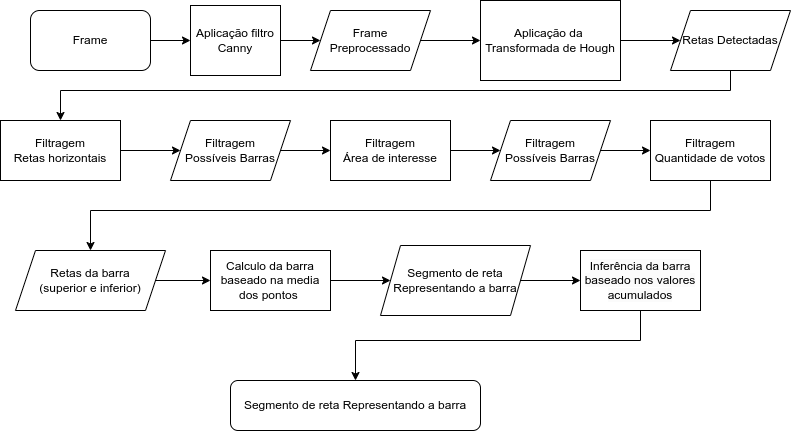
le314u/TCC keeps this draw.io diagram as Textual/template-latex/figuras/diagrama/detectar barra.png. Above is the earlier version. Source tidied: cells renumbered, new cells last; positions are measured from the earlier drawing's top-left corner, leaving out a move shared by most shapes.
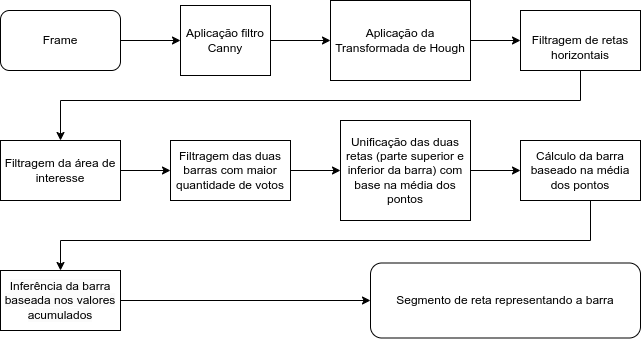
The same diagram one commit later.

What changed in the source:
```diff
@@ -8,101 +8,66 @@
     <mxCell id="3" value="Frame" style="rounded=1;whiteSpace=wrap;html=1;" parent="1" vertex="1">
       <mxGeometry x="30" y="10" width="120" height="60" as="geometry" />
     </mxCell>
-    <mxCell id="4" value="Segmento de reta Representando a barra" style="rounded=1;whiteSpace=wrap;html=1;" parent="1" vertex="1">
-      <mxGeometry x="230" y="380" width="250" height="50" as="geometry" />
+    <mxCell id="4" value="Segmento de reta representando a barra" style="rounded=1;whiteSpace=wrap;html=1;" parent="1" vertex="1">
+      <mxGeometry x="400" y="262.5" width="270" height="75" as="geometry" />
     </mxCell>
-    <mxCell id="5" style="edgeStyle=orthogonalEdgeStyle;rounded=0;jettySize=auto;html=1;entryX=0;entryY=0.5;entryDx=0;entryDy=0;" parent="1" edge="1" source="6" target="10">
-      <mxGeometry relative="1" as="geometry" />
-    </mxCell>
-    <mxCell id="6" value="Frame Preprocessado" style="shape=parallelogram;perimeter=parallelogramPerimeter;whiteSpace=wrap;html=1;fixedSize=1;" parent="1" vertex="1">
-      <mxGeometry x="310" y="10" width="120" height="60" as="geometry" />
-    </mxCell>
-    <mxCell id="7" style="edgeStyle=orthogonalEdgeStyle;rounded=0;jettySize=auto;html=1;entryX=0;entryY=0.5;entryDx=0;entryDy=0;" parent="1" edge="1" source="8" target="6">
-      <mxGeometry relative="1" as="geometry" />
-    </mxCell>
+    <mxCell id="31" style="edgeStyle=orthogonalEdgeStyle;rounded=0;jettySize=auto;html=1;exitX=1;exitY=0.5;exitDx=0;exitDy=0;entryX=0;entryY=0.5;entryDx=0;entryDy=0;" parent="1" edge="1" source="8" target="10">
+      <mxGeometry relative="1" as="geometry" />
+    </mxCell>
     <mxCell id="8" value="Aplicação filtro Canny" style="rounded=0;whiteSpace=wrap;html=1;" parent="1" vertex="1">
-      <mxGeometry x="190" y="5" width="90" height="70" as="geometry" />
+      <mxGeometry x="210" y="5" width="90" height="70" as="geometry" />
     </mxCell>
-    <mxCell id="9" style="edgeStyle=orthogonalEdgeStyle;rounded=0;jettySize=auto;html=1;" parent="1" edge="1" source="10" target="12">
-      <mxGeometry relative="1" as="geometry" />
-    </mxCell>
-    <mxCell id="10" value="Aplicação da&amp;nbsp;&lt;br style=&quot;border-color: var(--border-color);&quot;&gt;Transformada de Hough" style="rounded=0;whiteSpace=wrap;html=1;" parent="1" vertex="1">
-      <mxGeometry x="480" width="140" height="80" as="geometry" />
+    <mxCell id="10" value="Aplicação da Transformada de Hough" style="rounded=0;whiteSpace=wrap;html=1;" parent="1" vertex="1">
+      <mxGeometry x="360" width="140" height="80" as="geometry" />
     </mxCell>
-    <mxCell id="11" style="edgeStyle=orthogonalEdgeStyle;rounded=0;jettySize=auto;html=1;entryX=0.5;entryY=0;entryDx=0;entryDy=0;" parent="1" edge="1" source="12" target="14">
-      <mxGeometry relative="1" as="geometry">
-        <Array as="points">
-          <mxPoint x="730" y="90" />
-          <mxPoint x="60" y="90" />
-        </Array>
-      </mxGeometry>
-    </mxCell>
-    <mxCell id="12" value="Retas Detectadas" style="shape=parallelogram;perimeter=parallelogramPerimeter;whiteSpace=wrap;html=1;fixedSize=1;" parent="1" vertex="1">
-      <mxGeometry x="670" y="10" width="120" height="60" as="geometry" />
-    </mxCell>
-    <mxCell id="13" style="edgeStyle=orthogonalEdgeStyle;rounded=0;jettySize=auto;html=1;entryX=0;entryY=0.5;entryDx=0;entryDy=0;" parent="1" edge="1" source="14" target="16">
-      <mxGeometry relative="1" as="geometry" />
-    </mxCell>
-    <mxCell id="14" value="Filtragem&lt;br style=&quot;border-color: var(--border-color);&quot;&gt;Retas horizontais" style="rounded=0;whiteSpace=wrap;html=1;" parent="1" vertex="1">
-      <mxGeometry y="120" width="120" height="60" as="geometry" />
-    </mxCell>
-    <mxCell id="15" style="edgeStyle=orthogonalEdgeStyle;rounded=0;jettySize=auto;html=1;entryX=0;entryY=0.5;entryDx=0;entryDy=0;" parent="1" edge="1" source="16" target="18">
-      <mxGeometry relative="1" as="geometry" />
-    </mxCell>
-    <mxCell id="16" value="Filtragem &lt;br&gt;Possíveis Barras" style="shape=parallelogram;perimeter=parallelogramPerimeter;whiteSpace=wrap;html=1;fixedSize=1;" parent="1" vertex="1">
-      <mxGeometry x="170" y="120" width="120" height="60" as="geometry" />
-    </mxCell>
-    <mxCell id="17" style="edgeStyle=orthogonalEdgeStyle;rounded=0;jettySize=auto;html=1;exitX=1;exitY=0.5;exitDx=0;exitDy=0;entryX=0;entryY=0.5;entryDx=0;entryDy=0;" parent="1" edge="1" source="18" target="20">
-      <mxGeometry relative="1" as="geometry" />
-    </mxCell>
+    <mxCell id="32" style="edgeStyle=orthogonalEdgeStyle;rounded=0;jettySize=auto;html=1;entryX=0;entryY=0.5;entryDx=0;entryDy=0;" parent="1" edge="1" source="18" target="22">
+      <mxGeometry relative="1" as="geometry" />
+    </mxCell>
-    <mxCell id="18" value="Filtragem&lt;br style=&quot;border-color: var(--border-color);&quot;&gt;Área de interesse" style="rounded=0;whiteSpace=wrap;html=1;" parent="1" vertex="1">
-      <mxGeometry x="330" y="120" width="120" height="60" as="geometry" />
+    <mxCell id="18" value="Filtragem da área de interesse" style="rounded=0;whiteSpace=wrap;html=1;" parent="1" vertex="1">
+      <mxGeometry x="30" y="140" width="120" height="60" as="geometry" />
     </mxCell>
-    <mxCell id="19" style="edgeStyle=orthogonalEdgeStyle;rounded=0;jettySize=auto;html=1;entryX=0;entryY=0.5;entryDx=0;entryDy=0;" parent="1" edge="1" source="20" target="22">
-      <mxGeometry relative="1" as="geometry" />
-    </mxCell>
-    <mxCell id="20" value="Filtragem&lt;br style=&quot;border-color: var(--border-color);&quot;&gt;Possíveis Barras" style="shape=parallelogram;perimeter=parallelogramPerimeter;whiteSpace=wrap;html=1;fixedSize=1;" parent="1" vertex="1">
-      <mxGeometry x="490" y="120" width="120" height="60" as="geometry" />
-    </mxCell>
-    <mxCell id="21" style="edgeStyle=orthogonalEdgeStyle;rounded=0;jettySize=auto;html=1;entryX=0.5;entryY=0;entryDx=0;entryDy=0;" parent="1" edge="1" source="22" target="24">
-      <mxGeometry relative="1" as="geometry">
-        <Array as="points">
-          <mxPoint x="710" y="210" />
-          <mxPoint x="90" y="210" />
-        </Array>
-      </mxGeometry>
-    </mxCell>
+    <mxCell id="33" style="edgeStyle=orthogonalEdgeStyle;rounded=0;jettySize=auto;html=1;entryX=0;entryY=0.5;entryDx=0;entryDy=0;" parent="1" edge="1" source="22" target="36">
+      <mxGeometry relative="1" as="geometry" />
+    </mxCell>
-    <mxCell id="22" value="Filtragem&lt;br style=&quot;border-color: var(--border-color);&quot;&gt;Quantidade de votos" style="rounded=0;whiteSpace=wrap;html=1;" parent="1" vertex="1">
-      <mxGeometry x="650" y="120" width="120" height="60" as="geometry" />
+    <mxCell id="22" value="Filtragem das duas barras com maior quantidade de votos" style="rounded=0;whiteSpace=wrap;html=1;" parent="1" vertex="1">
+      <mxGeometry x="200" y="140" width="120" height="60" as="geometry" />
     </mxCell>
-    <mxCell id="23" style="edgeStyle=orthogonalEdgeStyle;rounded=0;jettySize=auto;html=1;entryX=0;entryY=0.5;entryDx=0;entryDy=0;" parent="1" edge="1" source="24" target="26">
-      <mxGeometry relative="1" as="geometry" />
-    </mxCell>
-    <mxCell id="24" value="Retas da barra&lt;br style=&quot;border-color: var(--border-color);&quot;&gt;(superior e inferior)" style="shape=parallelogram;perimeter=parallelogramPerimeter;whiteSpace=wrap;html=1;fixedSize=1;" parent="1" vertex="1">
-      <mxGeometry x="15" y="250" width="150" height="60" as="geometry" />
-    </mxCell>
-    <mxCell id="25" style="edgeStyle=orthogonalEdgeStyle;rounded=0;jettySize=auto;html=1;entryX=0;entryY=0.5;entryDx=0;entryDy=0;" parent="1" edge="1" source="26" target="28">
-      <mxGeometry relative="1" as="geometry" />
-    </mxCell>
+    <mxCell id="34" style="edgeStyle=orthogonalEdgeStyle;rounded=0;jettySize=auto;html=1;" parent="1" edge="1" source="26" target="30">
+      <mxGeometry relative="1" as="geometry">
+        <Array as="points">
+          <mxPoint x="620" y="240" />
+          <mxPoint x="90" y="240" />
+        </Array>
+      </mxGeometry>
+    </mxCell>
-    <mxCell id="26" value="Calculo da barra baseado na media dos pontos&amp;nbsp;" style="rounded=0;whiteSpace=wrap;html=1;" parent="1" vertex="1">
-      <mxGeometry x="210" y="250" width="120" height="60" as="geometry" />
+    <mxCell id="26" value="Cálculo da barra baseado na média dos pontos" style="rounded=0;whiteSpace=wrap;html=1;" parent="1" vertex="1">
+      <mxGeometry x="550" y="140" width="120" height="60" as="geometry" />
     </mxCell>
-    <mxCell id="27" style="edgeStyle=orthogonalEdgeStyle;rounded=0;jettySize=auto;html=1;entryX=0;entryY=0.5;entryDx=0;entryDy=0;" parent="1" edge="1" source="28" target="30">
-      <mxGeometry relative="1" as="geometry" />
-    </mxCell>
-    <mxCell id="28" value="Segmento de reta Representando a barra" style="shape=parallelogram;perimeter=parallelogramPerimeter;whiteSpace=wrap;html=1;fixedSize=1;" parent="1" vertex="1">
-      <mxGeometry x="380" y="245" width="150" height="70" as="geometry" />
-    </mxCell>
-    <mxCell id="29" style="edgeStyle=orthogonalEdgeStyle;rounded=0;jettySize=auto;html=1;" parent="1" edge="1" source="30" target="4">
-      <mxGeometry relative="1" as="geometry">
-        <Array as="points">
-          <mxPoint x="640" y="340" />
-          <mxPoint x="355" y="340" />
-        </Array>
-      </mxGeometry>
+    <mxCell id="29" style="edgeStyle=orthogonalEdgeStyle;rounded=0;jettySize=auto;html=1;entryX=0;entryY=0.5;entryDx=0;entryDy=0;" parent="1" edge="1" source="30" target="4">
+      <mxGeometry relative="1" as="geometry" />
     </mxCell>
-    <mxCell id="30" value="&lt;span style=&quot;color: rgb(0, 0, 0); font-family: Helvetica; font-size: 12px; font-style: normal; font-variant-ligatures: normal; font-variant-caps: normal; font-weight: 400; letter-spacing: normal; orphans: 2; text-align: center; text-indent: 0px; text-transform: none; widows: 2; word-spacing: 0px; -webkit-text-stroke-width: 0px; background-color: rgb(251, 251, 251); text-decoration-thickness: initial; text-decoration-style: initial; text-decoration-color: initial; float: none; display: inline !important;&quot;&gt;Inferência da barra baseado nos valores acumulados&lt;/span&gt;" style="rounded=0;whiteSpace=wrap;html=1;" parent="1" vertex="1">
-      <mxGeometry x="580" y="250" width="120" height="60" as="geometry" />
+    <mxCell id="30" value="&lt;span style=&quot;color: rgb(0, 0, 0); font-family: Helvetica; font-size: 12px; font-style: normal; font-variant-ligatures: normal; font-variant-caps: normal; font-weight: 400; letter-spacing: normal; orphans: 2; text-align: center; text-indent: 0px; text-transform: none; widows: 2; word-spacing: 0px; -webkit-text-stroke-width: 0px; background-color: rgb(251, 251, 251); text-decoration-thickness: initial; text-decoration-style: initial; text-decoration-color: initial; float: none; display: inline !important;&quot;&gt;Inferência da barra baseada nos valores acumulados&lt;/span&gt;" style="rounded=0;whiteSpace=wrap;html=1;" parent="1" vertex="1">
+      <mxGeometry x="30" y="270" width="120" height="60" as="geometry" />
     </mxCell>
+    <mxCell id="35" style="edgeStyle=orthogonalEdgeStyle;rounded=0;jettySize=auto;html=1;entryX=0;entryY=0.5;entryDx=0;entryDy=0;" parent="1" edge="1" source="36" target="26">
+      <mxGeometry relative="1" as="geometry" />
+    </mxCell>
+    <mxCell id="36" value="Unificação das duas retas (parte superior e inferior da barra) com base na média dos pontos" style="rounded=0;whiteSpace=wrap;html=1;" parent="1" vertex="1">
+      <mxGeometry x="370" y="120" width="130" height="100" as="geometry" />
+    </mxCell>
+    <mxCell id="37" style="edgeStyle=orthogonalEdgeStyle;rounded=0;jettySize=auto;html=1;" parent="1" edge="1" source="10" target="14">
+      <mxGeometry relative="1" as="geometry" />
+    </mxCell>
+    <mxCell id="38" style="edgeStyle=orthogonalEdgeStyle;rounded=0;jettySize=auto;html=1;entryX=0.5;entryY=0;entryDx=0;entryDy=0;" parent="1" edge="1" source="14" target="18">
+      <mxGeometry relative="1" as="geometry">
+        <Array as="points">
+          <mxPoint x="610" y="100" />
+          <mxPoint x="90" y="100" />
+        </Array>
+      </mxGeometry>
+    </mxCell>
+    <mxCell id="14" value="&lt;br&gt;Filtragem de retas horizontais" style="rounded=0;whiteSpace=wrap;html=1;" parent="1" vertex="1">
+      <mxGeometry x="550" y="10" width="120" height="60" as="geometry" />
+    </mxCell>
   </root>
 </mxGraphModel>
```
